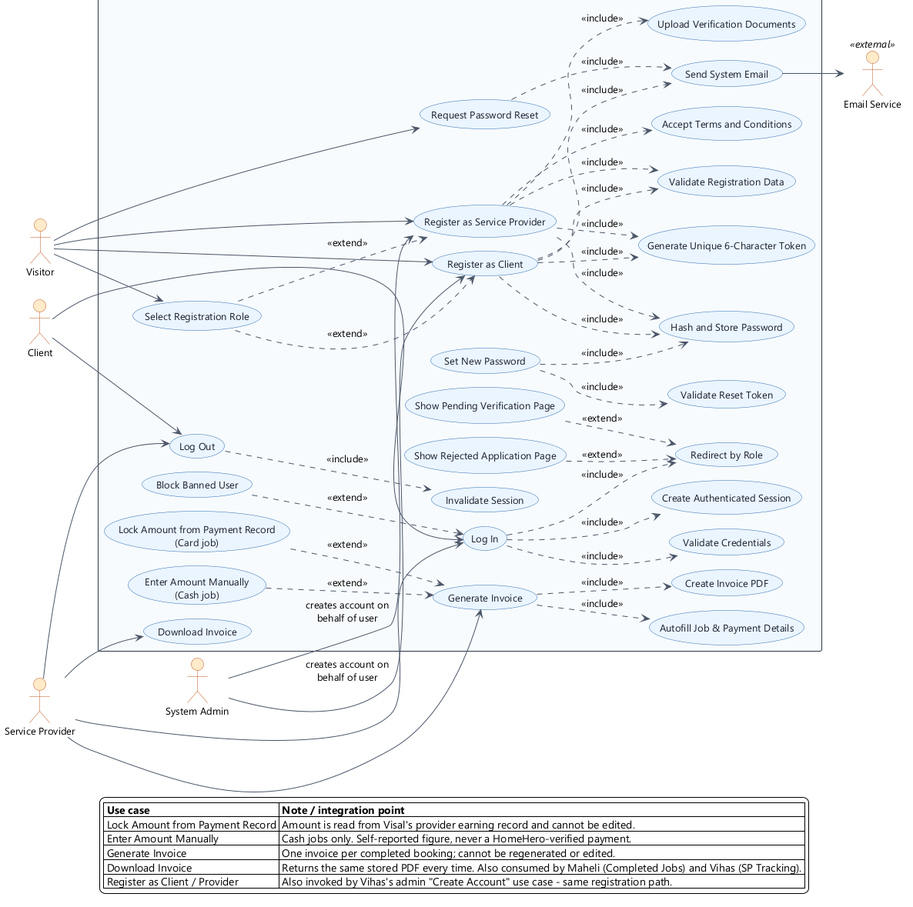
The PlantUML diagram docs/uml/use-cases/out/Module1-Authentication-Invoicing.png in visal2057/homeHeroVersion5.0, before a commit.
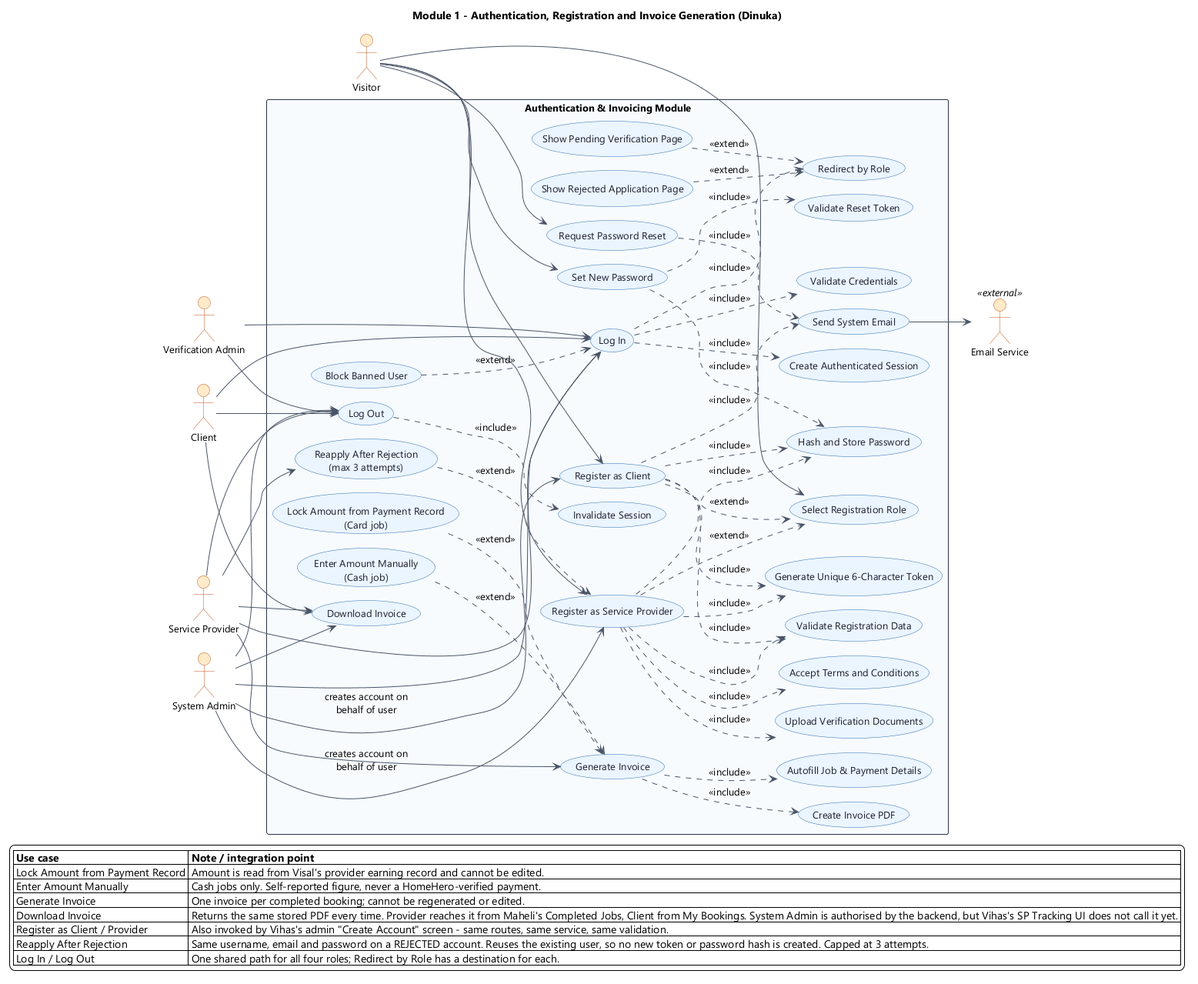
The same file after the commit.

The edit, as a diff of the source:
```diff
@@ -28,6 +28,7 @@
 actor "Client" as CLI
 actor "Service Provider" as SP
 actor "System Admin" as SA
+actor "Verification Admin" as VA
 actor "Email Service" as MAIL <<external>>
 
 rectangle "Authentication & Invoicing Module" {
@@ -35,6 +36,7 @@
   usecase "Select Registration Role" as UC1
   usecase "Register as Client" as UC2
   usecase "Register as Service Provider" as UC3
+  usecase "Reapply After Rejection\n(max 3 attempts)" as UC28
   usecase "Upload Verification Documents" as UC4
   usecase "Accept Terms and Conditions" as UC5
   usecase "Validate Registration Data" as UC6
@@ -69,20 +71,30 @@
 VIS --> UC2
 VIS --> UC3
 VIS --> UC18
+VIS --> UC20
 
 CLI --> UC9
 CLI --> UC16
 SP  --> UC9
 SP  --> UC16
+SA  --> UC9
+SA  --> UC16
+VA  --> UC9
+VA  --> UC16
+
 SP  --> UC21
 SP  --> UC26
+CLI --> UC26
+SA  --> UC26
+SP  --> UC28
 SA  --> UC2 : creates account on\nbehalf of user
 SA  --> UC3 : creates account on\nbehalf of user
 
 UC27 --> MAIL
 
-UC1 ..> UC2 : <<extend>>
-UC1 ..> UC3 : <<extend>>
+UC2 ..> UC1 : <<extend>>
+UC3 ..> UC1 : <<extend>>
+UC28 ..> UC3 : <<extend>>
 UC2 ..> UC6 : <<include>>
 UC2 ..> UC7 : <<include>>
 UC2 ..> UC8 : <<include>>
@@ -115,8 +127,10 @@
   | Lock Amount from Payment Record | Amount is read from Visal's provider earning record and cannot be edited. |
   | Enter Amount Manually | Cash jobs only. Self-reported figure, never a HomeHero-verified payment. |
   | Generate Invoice | One invoice per completed booking; cannot be regenerated or edited. |
-  | Download Invoice | Returns the same stored PDF every time. Also consumed by Maheli (Completed Jobs) and Vihas (SP Tracking). |
-  | Register as Client / Provider | Also invoked by Vihas's admin "Create Account" use case - same registration path. |
+  | Download Invoice | Returns the same stored PDF every time. Provider reaches it from Maheli's Completed Jobs, Client from My Bookings. System Admin is authorised by the backend, but Vihas's SP Tracking UI does not call it yet. |
+  | Register as Client / Provider | Also invoked by Vihas's admin "Create Account" screen - same routes, same service, same validation. |
+  | Reapply After Rejection | Same username, email and password on a REJECTED account. Reuses the existing user, so no new token or password hash is created. Capped at 3 attempts. |
+  | Log In / Log Out | One shared path for all four roles; Redirect by Role has a destination for each. |
 endlegend
 
 @enduml
```
